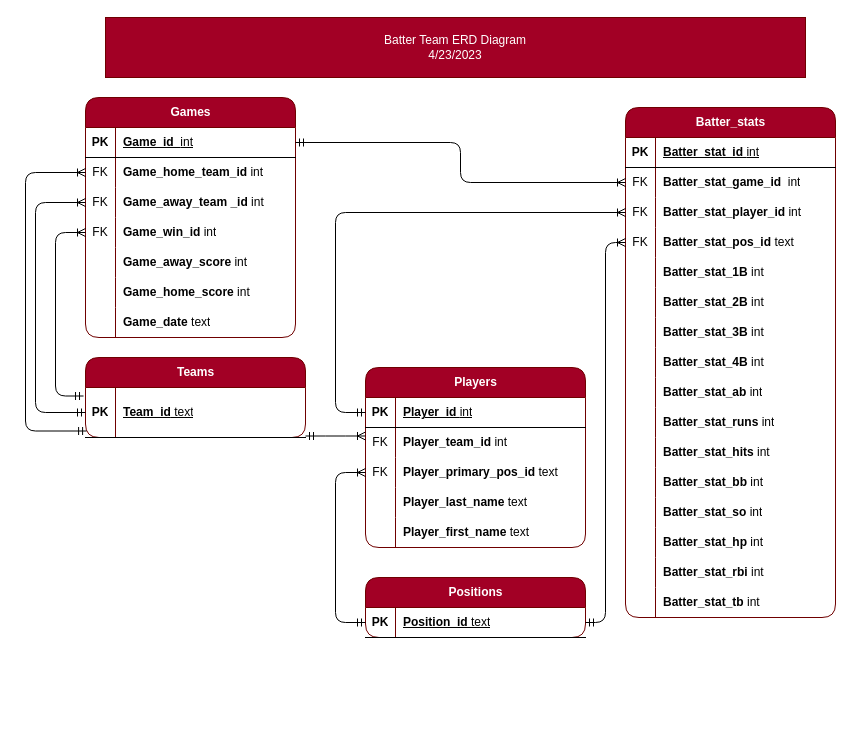
The draw.io diagram Entity_Relationship_Diagram_Batter_Stats.drawio in cronad2320/CSD2522-Batter-Team, before the edit. Source tidied: cells renumbered, new cells numbered last; positions are measured from the earlier drawing's top-left corner, leaving out a move shared by most shapes. Both pictures are drawn from the tidied source at 100%, with x=0, y=0 at pixel (25, 17).
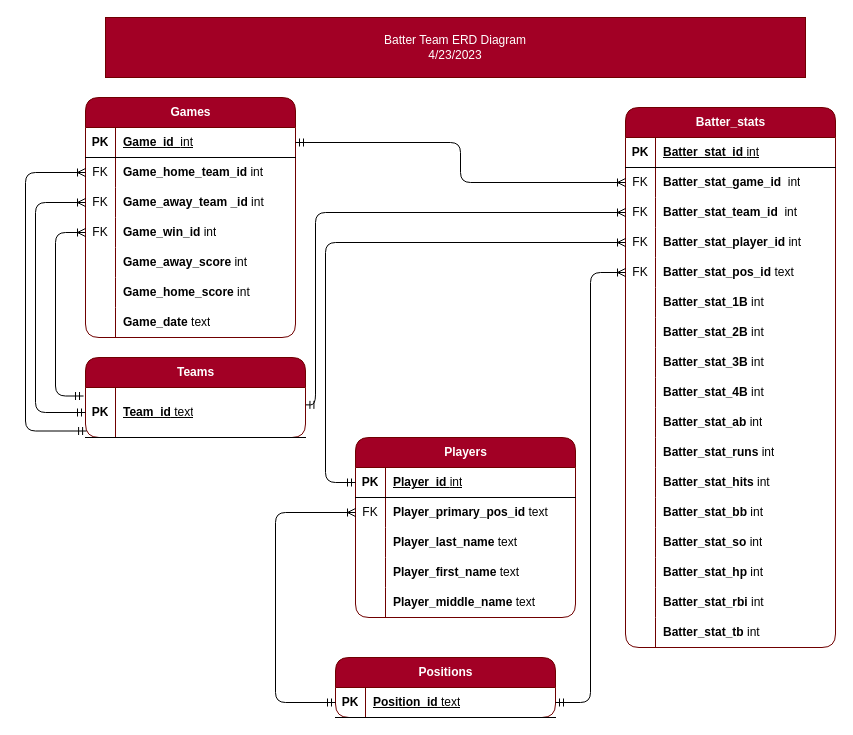
The same diagram, later.

Commit message (it also covers changes not shown here):
added wireframe, updated erd, updated database updates

The change refers to these unchanged cells:
```xml
<mxCell id="4" style="shape=tableRow;horizontal=0;startSize=0;swimlaneHead=0;swimlaneBody=0;fillColor=none;points=[[0,0.5],[1,0.5]];portConstraint=eastwest;top=0;left=0;right=0;bottom=1;" parent="3" vertex="1">
  <mxGeometry y="30" width="220" height="50" as="geometry" />
</mxCell>
<mxCell id="8" style="shape=tableRow;horizontal=0;startSize=0;swimlaneHead=0;swimlaneBody=0;fillColor=none;points=[[0,0.5],[1,0.5]];portConstraint=eastwest;top=0;left=0;right=0;bottom=1;" parent="7" vertex="1">
  <mxGeometry y="30" width="220" height="30" as="geometry" />
</mxCell>
<mxCell id="20" style="shape=tableRow;horizontal=0;startSize=0;swimlaneHead=0;swimlaneBody=0;fillColor=none;top=0;left=0;right=0;bottom=0;" parent="7" vertex="1">
  <mxGeometry y="150" width="220" height="30" as="geometry" />
</mxCell>
<mxCell id="24" style="shape=tableRow;horizontal=0;startSize=0;swimlaneHead=0;swimlaneBody=0;fillColor=none;points=[[0,0.5],[1,0.5]];portConstraint=eastwest;top=0;left=0;right=0;bottom=1;" parent="23" vertex="1">
  <mxGeometry y="30" width="220" height="30" as="geometry" />
</mxCell>
```

Diff of the diagram source:
```diff
@@
     <mxCell id="7" value="Players" style="shape=table;startSize=30;childLayout=tableLayout;rowLines=0;fontStyle=1;align=center;html=1;rounded=1;fillColor=#a20025;fontColor=#ffffff;strokeColor=#6F0000;" parent="1" vertex="1">
-      <mxGeometry x="340" y="350" width="220" height="180" as="geometry" />
+      <mxGeometry x="330" y="420" width="220" height="180" as="geometry" />
     </mxCell>
@@
-    <mxCell id="11" style="shape=tableRow;horizontal=0;startSize=0;swimlaneHead=0;swimlaneBody=0;fillColor=none;points=[[0,0.5],[1,0.5]];portConstraint=eastwest;top=0;left=0;right=0;bottom=0;" parent="7" vertex="1">
-      <mxGeometry y="60" width="220" height="30" as="geometry" />
-    </mxCell>
-    <mxCell id="12" value="FK" style="shape=partialRectangle;fillColor=none;top=0;left=0;bottom=0;right=0;overflow=hidden;whiteSpace=wrap;html=1;" parent="11" vertex="1">
-      <mxGeometry width="30" height="30" as="geometry" />
-    </mxCell>
-    <mxCell id="13" value="&lt;b style=&quot;border-color: var(--border-color);&quot;&gt;Player_team_id &lt;/b&gt;&lt;span style=&quot;border-color: var(--border-color);&quot;&gt;int&lt;/span&gt;" style="shape=partialRectangle;fillColor=none;top=0;left=0;bottom=0;right=0;align=left;spacingLeft=6;overflow=hidden;whiteSpace=wrap;html=1;" parent="11" vertex="1">
-      <mxGeometry x="30" width="190" height="30" as="geometry" />
-    </mxCell>
     <mxCell id="14" style="shape=tableRow;horizontal=0;startSize=0;swimlaneHead=0;swimlaneBody=0;fillColor=none;points=[[0,0.5],[1,0.5]];portConstraint=eastwest;top=0;left=0;right=0;bottom=0;" parent="7" vertex="1">
-      <mxGeometry y="90" width="220" height="30" as="geometry" />
+      <mxGeometry y="60" width="220" height="30" as="geometry" />
     </mxCell>
@@
     <mxCell id="17" style="shape=tableRow;horizontal=0;startSize=0;swimlaneHead=0;swimlaneBody=0;fillColor=none;top=0;left=0;right=0;bottom=0;" parent="7" vertex="1">
-      <mxGeometry y="120" width="220" height="30" as="geometry" />
+      <mxGeometry y="90" width="220" height="30" as="geometry" />
     </mxCell>
@@
+    <mxCell id="106" style="shape=tableRow;horizontal=0;startSize=0;swimlaneHead=0;swimlaneBody=0;fillColor=none;top=0;left=0;right=0;bottom=0;" parent="7" vertex="1">
+      <mxGeometry y="120" width="220" height="30" as="geometry" />
+    </mxCell>
+    <mxCell id="107" style="shape=partialRectangle;fillColor=none;top=0;left=0;bottom=0;right=0;overflow=hidden;whiteSpace=wrap;html=1;" parent="106" vertex="1">
+      <mxGeometry width="30" height="30" as="geometry" />
+    </mxCell>
+    <mxCell id="108" value="&lt;b&gt;Player_first_name&amp;nbsp;&lt;/b&gt;text" style="shape=partialRectangle;fillColor=none;top=0;left=0;bottom=0;right=0;align=left;spacingLeft=6;overflow=hidden;whiteSpace=wrap;html=1;" parent="106" vertex="1">
+      <mxGeometry x="30" width="190" height="30" as="geometry" />
+    </mxCell>
@@
-    <mxCell id="22" value="&lt;b&gt;Player_first_name&amp;nbsp;&lt;/b&gt;text" style="shape=partialRectangle;fillColor=none;top=0;left=0;bottom=0;right=0;align=left;spacingLeft=6;overflow=hidden;whiteSpace=wrap;html=1;" parent="20" vertex="1">
+    <mxCell id="22" value="&lt;b&gt;Player_middle_name&amp;nbsp;&lt;/b&gt;text" style="shape=partialRectangle;fillColor=none;top=0;left=0;bottom=0;right=0;align=left;spacingLeft=6;overflow=hidden;whiteSpace=wrap;html=1;" parent="20" vertex="1">
       <mxGeometry x="30" width="190" height="30" as="geometry" />
     </mxCell>
     <mxCell id="23" value="Positions" style="shape=table;startSize=30;childLayout=tableLayout;rowLines=0;fontStyle=1;align=center;html=1;fillColor=#a20025;fontColor=#ffffff;strokeColor=#6F0000;rounded=1;" parent="1" vertex="1">
-      <mxGeometry x="340" y="560" width="220" height="60" as="geometry" />
+      <mxGeometry x="310" y="640" width="220" height="60" as="geometry" />
     </mxCell>
@@
-    <mxCell id="27" style="edgeStyle=entityRelationEdgeStyle;fontSize=12;html=1;endArrow=ERoneToMany;startArrow=ERmandOne;rounded=1;exitX=1;exitY=0.97;exitDx=0;exitDy=0;entryX=0;entryY=0.283;entryDx=0;entryDy=0;exitPerimeter=0;entryPerimeter=0;" parent="1" edge="1" source="4" target="11">
-      <mxGeometry relative="1" as="geometry" />
-    </mxCell>
     <mxCell id="28" style="edgeStyle=orthogonalEdgeStyle;fontSize=12;html=1;endArrow=ERoneToMany;startArrow=ERmandOne;rounded=1;exitX=0;exitY=0.5;exitDx=0;exitDy=0;entryX=0;entryY=0.5;entryDx=0;entryDy=0;" parent="1" edge="1" source="24" target="14">
       <mxGeometry relative="1" as="geometry">
         <Array as="points">
-          <mxPoint x="310" y="605" />
-          <mxPoint x="310" y="455" />
+          <mxPoint x="250" y="685" />
+          <mxPoint x="250" y="495" />
         </Array>
       </mxGeometry>
     </mxCell>
@@
     <mxCell id="54" value="Batter_stats" style="shape=table;startSize=30;childLayout=tableLayout;rowLines=0;fontStyle=1;align=center;html=1;rounded=1;fillColor=#a20025;fontColor=#ffffff;strokeColor=#6F0000;" parent="1" vertex="1">
-      <mxGeometry x="600" y="90" width="210" height="510" as="geometry" />
+      <mxGeometry x="600" y="90" width="210" height="540" as="geometry" />
     </mxCell>
@@
+    <mxCell id="109" style="shape=tableRow;horizontal=0;startSize=0;swimlaneHead=0;swimlaneBody=0;fillColor=none;points=[[0,0.5],[1,0.5]];portConstraint=eastwest;top=0;left=0;right=0;bottom=0;" parent="54" vertex="1">
+      <mxGeometry y="90" width="210" height="30" as="geometry" />
+    </mxCell>
+    <mxCell id="12" value="FK" style="shape=partialRectangle;fillColor=none;top=0;left=0;bottom=0;right=0;overflow=hidden;whiteSpace=wrap;html=1;" parent="109" vertex="1">
+      <mxGeometry width="30" height="30" as="geometry" />
+    </mxCell>
+    <mxCell id="110" value="&lt;b&gt;Batter_stat_team_id&amp;nbsp; &lt;/b&gt;int" style="shape=partialRectangle;fillColor=none;top=0;left=0;bottom=0;right=0;align=left;spacingLeft=6;overflow=hidden;whiteSpace=wrap;html=1;" parent="109" vertex="1">
+      <mxGeometry x="30" width="180" height="30" as="geometry" />
+    </mxCell>
     <mxCell id="61" style="shape=tableRow;horizontal=0;startSize=0;swimlaneHead=0;swimlaneBody=0;fillColor=none;points=[[0,0.5],[1,0.5]];portConstraint=eastwest;top=0;left=0;right=0;bottom=0;" parent="54" vertex="1">
-      <mxGeometry y="90" width="210" height="30" as="geometry" />
+      <mxGeometry y="120" width="210" height="30" as="geometry" />
     </mxCell>
@@
     <mxCell id="64" style="shape=tableRow;horizontal=0;startSize=0;swimlaneHead=0;swimlaneBody=0;fillColor=none;points=[[0,0.5],[1,0.5]];portConstraint=eastwest;top=0;left=0;right=0;bottom=0;" parent="54" vertex="1">
-      <mxGeometry y="120" width="210" height="30" as="geometry" />
+      <mxGeometry y="150" width="210" height="30" as="geometry" />
     </mxCell>
@@
     <mxCell id="67" style="shape=tableRow;horizontal=0;startSize=0;swimlaneHead=0;swimlaneBody=0;fillColor=none;top=0;left=0;right=0;bottom=0;" parent="54" vertex="1">
-      <mxGeometry y="150" width="210" height="30" as="geometry" />
+      <mxGeometry y="180" width="210" height="30" as="geometry" />
     </mxCell>
@@
     <mxCell id="70" style="shape=tableRow;horizontal=0;startSize=0;swimlaneHead=0;swimlaneBody=0;fillColor=none;top=0;left=0;right=0;bottom=0;" parent="54" vertex="1">
-      <mxGeometry y="180" width="210" height="30" as="geometry" />
+      <mxGeometry y="210" width="210" height="30" as="geometry" />
     </mxCell>
@@
     <mxCell id="73" style="shape=tableRow;horizontal=0;startSize=0;swimlaneHead=0;swimlaneBody=0;fillColor=none;top=0;left=0;right=0;bottom=0;" parent="54" vertex="1">
-      <mxGeometry y="210" width="210" height="30" as="geometry" />
+      <mxGeometry y="240" width="210" height="30" as="geometry" />
     </mxCell>
@@
     <mxCell id="76" style="shape=tableRow;horizontal=0;startSize=0;swimlaneHead=0;swimlaneBody=0;fillColor=none;top=0;left=0;right=0;bottom=0;" parent="54" vertex="1">
-      <mxGeometry y="240" width="210" height="30" as="geometry" />
+      <mxGeometry y="270" width="210" height="30" as="geometry" />
     </mxCell>
@@
     <mxCell id="79" style="shape=tableRow;horizontal=0;startSize=0;swimlaneHead=0;swimlaneBody=0;fillColor=none;top=0;left=0;right=0;bottom=0;" parent="54" vertex="1">
-      <mxGeometry y="270" width="210" height="30" as="geometry" />
+      <mxGeometry y="300" width="210" height="30" as="geometry" />
     </mxCell>
@@
     <mxCell id="82" style="shape=tableRow;horizontal=0;startSize=0;swimlaneHead=0;swimlaneBody=0;fillColor=none;top=0;left=0;right=0;bottom=0;" parent="54" vertex="1">
-      <mxGeometry y="300" width="210" height="30" as="geometry" />
+      <mxGeometry y="330" width="210" height="30" as="geometry" />
     </mxCell>
@@
     <mxCell id="85" style="shape=tableRow;horizontal=0;startSize=0;swimlaneHead=0;swimlaneBody=0;fillColor=none;top=0;left=0;right=0;bottom=0;" parent="54" vertex="1">
-      <mxGeometry y="330" width="210" height="30" as="geometry" />
+      <mxGeometry y="360" width="210" height="30" as="geometry" />
     </mxCell>
@@
     <mxCell id="88" style="shape=tableRow;horizontal=0;startSize=0;swimlaneHead=0;swimlaneBody=0;fillColor=none;top=0;left=0;right=0;bottom=0;" parent="54" vertex="1">
-      <mxGeometry y="360" width="210" height="30" as="geometry" />
+      <mxGeometry y="390" width="210" height="30" as="geometry" />
     </mxCell>
@@
     <mxCell id="91" style="shape=tableRow;horizontal=0;startSize=0;swimlaneHead=0;swimlaneBody=0;fillColor=none;top=0;left=0;right=0;bottom=0;" parent="54" vertex="1">
-      <mxGeometry y="390" width="210" height="30" as="geometry" />
+      <mxGeometry y="420" width="210" height="30" as="geometry" />
     </mxCell>
@@
     <mxCell id="94" style="shape=tableRow;horizontal=0;startSize=0;swimlaneHead=0;swimlaneBody=0;fillColor=none;top=0;left=0;right=0;bottom=0;" parent="54" vertex="1">
-      <mxGeometry y="420" width="210" height="30" as="geometry" />
+      <mxGeometry y="450" width="210" height="30" as="geometry" />
     </mxCell>
@@
     <mxCell id="97" style="shape=tableRow;horizontal=0;startSize=0;swimlaneHead=0;swimlaneBody=0;fillColor=none;top=0;left=0;right=0;bottom=0;" parent="54" vertex="1">
-      <mxGeometry y="450" width="210" height="30" as="geometry" />
+      <mxGeometry y="480" width="210" height="30" as="geometry" />
     </mxCell>
@@
     <mxCell id="100" style="shape=tableRow;horizontal=0;startSize=0;swimlaneHead=0;swimlaneBody=0;fillColor=none;top=0;left=0;right=0;bottom=0;" parent="54" vertex="1">
-      <mxGeometry y="480" width="210" height="30" as="geometry" />
+      <mxGeometry y="510" width="210" height="30" as="geometry" />
     </mxCell>
@@
     <mxCell id="104" style="edgeStyle=elbowEdgeStyle;fontSize=12;html=1;endArrow=ERoneToMany;startArrow=ERmandOne;rounded=1;exitX=0;exitY=0.5;exitDx=0;exitDy=0;entryX=0;entryY=0.5;entryDx=0;entryDy=0;" parent="1" edge="1" source="8" target="61">
       <mxGeometry relative="1" as="geometry">
         <Array as="points">
+          <mxPoint x="300" y="430" />
+          <mxPoint x="310" y="210" />
+          <mxPoint x="310" y="240" />
+          <mxPoint x="310" y="310" />
           <mxPoint x="310" y="300" />
         </Array>
       </mxGeometry>
     </mxCell>
@@
+    <mxCell id="111" style="edgeStyle=orthogonalEdgeStyle;fontSize=12;html=1;endArrow=ERoneToMany;startArrow=ERmandOne;exitX=1.002;exitY=0.347;exitDx=0;exitDy=0;exitPerimeter=0;entryX=0;entryY=0.5;entryDx=0;entryDy=0;rounded=1;" parent="1" edge="1" source="4" target="109">
+      <mxGeometry relative="1" as="geometry">
+        <Array as="points">
+          <mxPoint x="290" y="387" />
+          <mxPoint x="290" y="195" />
+        </Array>
+      </mxGeometry>
+    </mxCell>
```
